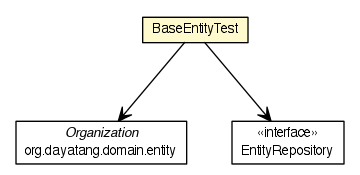
This is testapidocs/org/dayatang/domain/BaseEntityTest.png from dayatang/dddlib, a Graphviz export, as it was before one commit. Its source is kept beside it as testapidocs/org/dayatang/domain/BaseEntityTest.dot. Its diagram source:
```dot

digraph G {
	edge [fontname="Helvetica",fontsize=10,labelfontname="Helvetica",labelfontsize=10];
	node [fontname="Helvetica",fontsize=10,shape=plaintext];
	nodesep=0.25;
	ranksep=0.5;
	c14694 [label=<<table title="org.dayatang.domain.BaseEntityTest" border="0" cellborder="1" cellspacing="0" cellpadding="2" port="p" bgcolor="lemonChiffon" href="./BaseEntityTest.html">
		<tr><td><table border="0" cellspacing="0" cellpadding="1">
<tr><td align="center" balign="center"> BaseEntityTest </td></tr>
		</table></td></tr>
		</table>>, URL="./BaseEntityTest.html", fontname="Helvetica", fontcolor="black", fontsize=10.0];
	c14698 [label=<<table title="org.dayatang.domain.entity.Organization" border="0" cellborder="1" cellspacing="0" cellpadding="2" port="p" href="./entity/Organization.html">
		<tr><td><table border="0" cellspacing="0" cellpadding="1">
<tr><td align="center" balign="center"><font face="Helvetica-Oblique"> Organization </font></td></tr>
<tr><td align="center" balign="center"> org.dayatang.domain.entity </td></tr>
		</table></td></tr>
		</table>>, URL="./entity/Organization.html", fontname="Helvetica", fontcolor="black", fontsize=10.0];
	c14694:p -> c14867:p [taillabel="", label=" "headlabel="", fontname="Helvetica", fontcolor="black", fontsize=10.0, color="black", arrowhead=open];
	c14694:p -> c14698:p [taillabel="", label=" "headlabel="", fontname="Helvetica", fontcolor="black", fontsize=10.0, color="black", arrowhead=open];
	c14867 [label=<<table title="org.dayatang.domain.EntityRepository" border="0" cellborder="1" cellspacing="0" cellpadding="2" port="p" href="http://java.sun.com/j2se/1.4.2/docs/api/org/dayatang/domain/EntityRepository.html">
		<tr><td><table border="0" cellspacing="0" cellpadding="1">
<tr><td align="center" balign="center"> &#171;interface&#187; </td></tr>
<tr><td align="center" balign="center"> EntityRepository </td></tr>
		</table></td></tr>
		</table>>, URL="http://java.sun.com/j2se/1.4.2/docs/api/org/dayatang/domain/EntityRepository.html", fontname="Helvetica", fontcolor="black", fontsize=10.0];
}
```
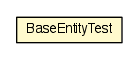
The same file after the commit.

What changed in the source:
```diff
@@ -4,23 +4,9 @@
 	node [fontname="Helvetica",fontsize=10,shape=plaintext];
 	nodesep=0.25;
 	ranksep=0.5;
-	c14694 [label=<<table title="org.dayatang.domain.BaseEntityTest" border="0" cellborder="1" cellspacing="0" cellpadding="2" port="p" bgcolor="lemonChiffon" href="./BaseEntityTest.html">
+	c14479 [label=<<table title="org.dayatang.domain.BaseEntityTest" border="0" cellborder="1" cellspacing="0" cellpadding="2" port="p" bgcolor="lemonChiffon" href="./BaseEntityTest.html">
 		<tr><td><table border="0" cellspacing="0" cellpadding="1">
 <tr><td align="center" balign="center"> BaseEntityTest </td></tr>
 		</table></td></tr>
 		</table>>, URL="./BaseEntityTest.html", fontname="Helvetica", fontcolor="black", fontsize=10.0];
-	c14698 [label=<<table title="org.dayatang.domain.entity.Organization" border="0" cellborder="1" cellspacing="0" cellpadding="2" port="p" href="./entity/Organization.html">
-		<tr><td><table border="0" cellspacing="0" cellpadding="1">
-<tr><td align="center" balign="center"><font face="Helvetica-Oblique"> Organization </font></td></tr>
-<tr><td align="center" balign="center"> org.dayatang.domain.entity </td></tr>
-		</table></td></tr>
-		</table>>, URL="./entity/Organization.html", fontname="Helvetica", fontcolor="black", fontsize=10.0];
-	c14694:p -> c14867:p [taillabel="", label=" "headlabel="", fontname="Helvetica", fontcolor="black", fontsize=10.0, color="black", arrowhead=open];
-	c14694:p -> c14698:p [taillabel="", label=" "headlabel="", fontname="Helvetica", fontcolor="black", fontsize=10.0, color="black", arrowhead=open];
-	c14867 [label=<<table title="org.dayatang.domain.EntityRepository" border="0" cellborder="1" cellspacing="0" cellpadding="2" port="p" href="http://java.sun.com/j2se/1.4.2/docs/api/org/dayatang/domain/EntityRepository.html">
-		<tr><td><table border="0" cellspacing="0" cellpadding="1">
-<tr><td align="center" balign="center"> &#171;interface&#187; </td></tr>
-<tr><td align="center" balign="center"> EntityRepository </td></tr>
-		</table></td></tr>
-		</table>>, URL="http://java.sun.com/j2se/1.4.2/docs/api/org/dayatang/domain/EntityRepository.html", fontname="Helvetica", fontcolor="black", fontsize=10.0];
 }
```
